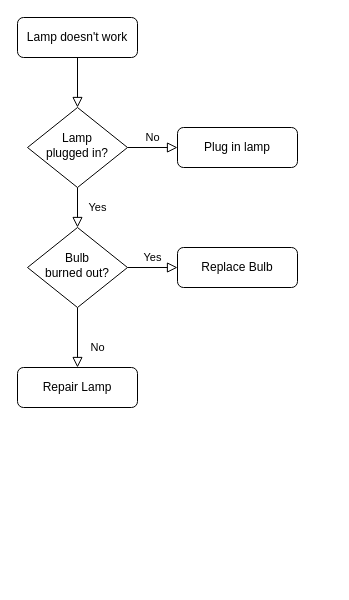
oriananohemi/bog001-md-links keeps this draw.io diagram as Untitled Diagram.drawio. Above is the earlier version. Source tidied: cells renumbered, new cells numbered last; positions are measured from the earlier drawing's top-left corner, leaving out a move shared by most shapes. Both pictures are drawn from the tidied source at 100%, with x=0, y=0 at pixel (17, 17).
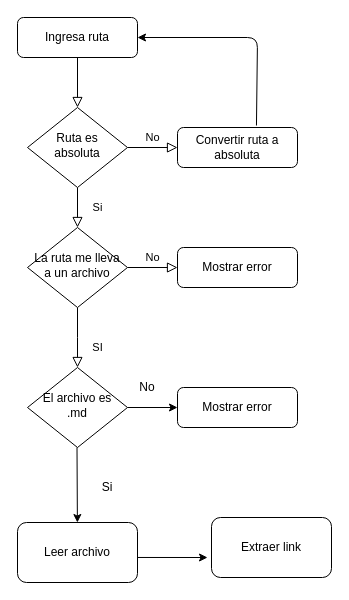
After the change.

Change to the diagram source:
```diff
@@
-    <mxCell id="3" value="Lamp doesn't work" style="rounded=1;whiteSpace=wrap;html=1;fontSize=12;glass=0;strokeWidth=1;shadow=0;" parent="1" vertex="1">
+    <mxCell id="3" value="Ingresa ruta" style="rounded=1;whiteSpace=wrap;html=1;fontSize=12;glass=0;strokeWidth=1;shadow=0;" parent="1" vertex="1">
       <mxGeometry width="120" height="40" as="geometry" />
     </mxCell>
-    <mxCell id="4" value="Yes" style="rounded=0;html=1;jettySize=auto;fontSize=11;endArrow=block;endFill=0;endSize=8;strokeWidth=1;shadow=0;labelBackgroundColor=none;edgeStyle=orthogonalEdgeStyle;" parent="1" edge="1" source="6" target="10">
+    <mxCell id="4" value="Si&lt;br&gt;" style="rounded=0;html=1;jettySize=auto;fontSize=11;endArrow=block;endFill=0;endSize=8;strokeWidth=1;shadow=0;labelBackgroundColor=none;edgeStyle=orthogonalEdgeStyle;" parent="1" edge="1" source="6" target="10">
       <mxGeometry y="20" relative="1" as="geometry" />
     </mxCell>
@@
-    <mxCell id="6" value="Lamp&lt;br&gt;plugged in?" style="rhombus;whiteSpace=wrap;html=1;shadow=0;fontFamily=Helvetica;fontSize=12;align=center;strokeWidth=1;spacing=6;spacingTop=-4;" parent="1" vertex="1">
+    <mxCell id="6" value="Ruta es absoluta" style="rhombus;whiteSpace=wrap;html=1;shadow=0;fontFamily=Helvetica;fontSize=12;align=center;strokeWidth=1;spacing=6;spacingTop=-4;" parent="1" vertex="1">
       <mxGeometry x="10" y="90" width="100" height="80" as="geometry" />
     </mxCell>
-    <mxCell id="7" value="Plug in lamp" style="rounded=1;whiteSpace=wrap;html=1;fontSize=12;glass=0;strokeWidth=1;shadow=0;" parent="1" vertex="1">
+    <mxCell id="7" value="Convertir ruta a absoluta" style="rounded=1;whiteSpace=wrap;html=1;fontSize=12;glass=0;strokeWidth=1;shadow=0;" parent="1" vertex="1">
       <mxGeometry x="160" y="110" width="120" height="40" as="geometry" />
     </mxCell>
-    <mxCell id="8" value="No" style="rounded=0;html=1;jettySize=auto;fontSize=11;endArrow=block;endFill=0;endSize=8;strokeWidth=1;shadow=0;labelBackgroundColor=none;edgeStyle=orthogonalEdgeStyle;" parent="1" edge="1" source="10" target="11">
-      <mxGeometry x="0.33" y="20" relative="1" as="geometry" />
+    <mxCell id="8" value="SI" style="rounded=0;html=1;jettySize=auto;fontSize=11;endArrow=block;endFill=0;endSize=8;strokeWidth=1;shadow=0;labelBackgroundColor=none;edgeStyle=orthogonalEdgeStyle;" parent="1" edge="1" source="10">
+      <mxGeometry x="0.33" y="20" relative="1" as="geometry">
+        <mxPoint x="60" y="350" as="targetPoint" />
+      </mxGeometry>
     </mxCell>
-    <mxCell id="9" value="Yes" style="edgeStyle=orthogonalEdgeStyle;rounded=0;html=1;jettySize=auto;fontSize=11;endArrow=block;endFill=0;endSize=8;strokeWidth=1;shadow=0;labelBackgroundColor=none;" parent="1" edge="1" source="10" target="12">
+    <mxCell id="9" value="No" style="edgeStyle=orthogonalEdgeStyle;rounded=0;html=1;jettySize=auto;fontSize=11;endArrow=block;endFill=0;endSize=8;strokeWidth=1;shadow=0;labelBackgroundColor=none;" parent="1" edge="1" source="10" target="12">
       <mxGeometry y="10" relative="1" as="geometry" />
     </mxCell>
-    <mxCell id="10" value="Bulb&lt;br&gt;burned out?" style="rhombus;whiteSpace=wrap;html=1;shadow=0;fontFamily=Helvetica;fontSize=12;align=center;strokeWidth=1;spacing=6;spacingTop=-4;" parent="1" vertex="1">
+    <mxCell id="10" value="La ruta me lleva a un archivo" style="rhombus;whiteSpace=wrap;html=1;shadow=0;fontFamily=Helvetica;fontSize=12;align=center;strokeWidth=1;spacing=6;spacingTop=-4;" parent="1" vertex="1">
       <mxGeometry x="10" y="210" width="100" height="80" as="geometry" />
     </mxCell>
-    <mxCell id="11" value="Repair Lamp" style="rounded=1;whiteSpace=wrap;html=1;fontSize=12;glass=0;strokeWidth=1;shadow=0;" parent="1" vertex="1">
-      <mxGeometry y="350" width="120" height="40" as="geometry" />
-    </mxCell>
-    <mxCell id="12" value="Replace Bulb" style="rounded=1;whiteSpace=wrap;html=1;fontSize=12;glass=0;strokeWidth=1;shadow=0;" parent="1" vertex="1">
+    <mxCell id="12" value="Mostrar error" style="rounded=1;whiteSpace=wrap;html=1;fontSize=12;glass=0;strokeWidth=1;shadow=0;" parent="1" vertex="1">
       <mxGeometry x="160" y="230" width="120" height="40" as="geometry" />
     </mxCell>
+    <mxCell id="13" style="endArrow=classic;html=1;exitX=0.658;exitY=-0.05;exitDx=0;exitDy=0;exitPerimeter=0;entryX=1;entryY=0.5;entryDx=0;entryDy=0;" parent="1" edge="1" source="7" target="3">
+      <mxGeometry relative="1" as="geometry">
+        <Array as="points">
+          <mxPoint x="240" y="20" />
+        </Array>
+      </mxGeometry>
+    </mxCell>
+    <mxCell id="14" value="El archivo es .md" style="rhombus;whiteSpace=wrap;html=1;shadow=0;fontFamily=Helvetica;fontSize=12;align=center;strokeWidth=1;spacing=6;spacingTop=-4;" parent="1" vertex="1">
+      <mxGeometry x="10" y="350" width="100" height="80" as="geometry" />
+    </mxCell>
+    <mxCell id="15" style="endArrow=classic;html=1;exitX=1;exitY=0.5;exitDx=0;exitDy=0;" parent="1" edge="1" source="14">
+      <mxGeometry relative="1" as="geometry">
+        <mxPoint x="160" y="390" as="targetPoint" />
+      </mxGeometry>
+    </mxCell>
+    <mxCell id="16" value="No" style="text;html=1;strokeColor=none;fillColor=none;align=center;verticalAlign=middle;whiteSpace=wrap;rounded=0;" parent="1" vertex="1">
+      <mxGeometry x="110" y="360" width="40" height="20" as="geometry" />
+    </mxCell>
+    <mxCell id="17" value="Mostrar error" style="rounded=1;whiteSpace=wrap;html=1;fontSize=12;glass=0;strokeWidth=1;shadow=0;" parent="1" vertex="1">
+      <mxGeometry x="160" y="370" width="120" height="40" as="geometry" />
+    </mxCell>
+    <mxCell id="18" style="endArrow=classic;html=1;" parent="1" edge="1">
+      <mxGeometry relative="1" as="geometry">
+        <mxPoint x="59.5" y="430" as="sourcePoint" />
+        <mxPoint x="59.9" y="505" as="targetPoint" />
+      </mxGeometry>
+    </mxCell>
+    <mxCell id="19" value="Si" style="text;html=1;strokeColor=none;fillColor=none;align=center;verticalAlign=middle;whiteSpace=wrap;rounded=0;" parent="1" vertex="1">
+      <mxGeometry x="70" y="460" width="40" height="20" as="geometry" />
+    </mxCell>
+    <mxCell id="20" value="Leer archivo" style="rounded=1;whiteSpace=wrap;html=1;" parent="1" vertex="1">
+      <mxGeometry y="505" width="120" height="60" as="geometry" />
+    </mxCell>
+    <mxCell id="21" value="Extraer link" style="rounded=1;whiteSpace=wrap;html=1;" parent="1" vertex="1">
+      <mxGeometry x="194" y="500" width="120" height="60" as="geometry" />
+    </mxCell>
+    <mxCell id="22" style="endArrow=classic;html=1;exitX=1;exitY=0.583;exitDx=0;exitDy=0;exitPerimeter=0;" parent="1" edge="1" source="20">
+      <mxGeometry relative="1" as="geometry">
+        <mxPoint x="190" y="540" as="targetPoint" />
+      </mxGeometry>
+    </mxCell>
```
